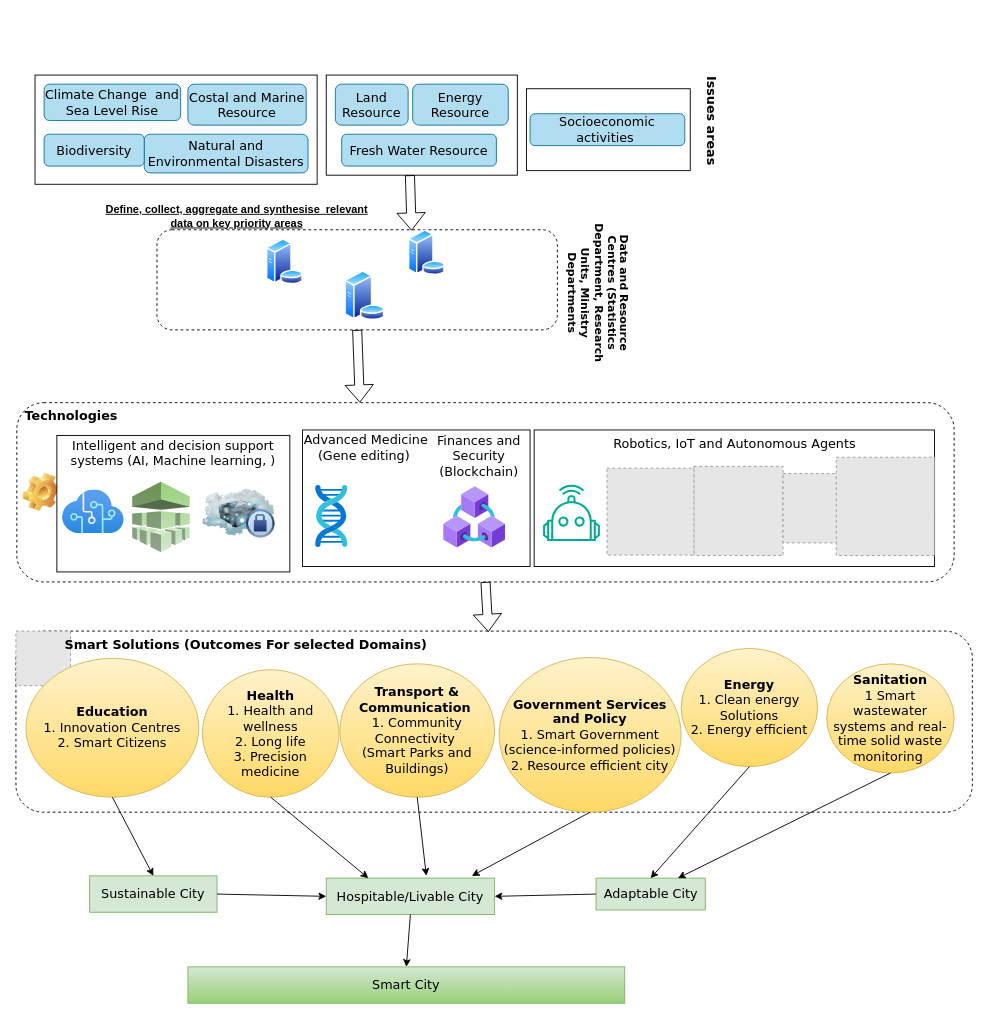
Before: page "BarbudaSmart" (2 of 2) of SystemReasoningOverview.drawio in Kibolabs/Diagrams, a draw.io diagram. Source tidied: cells renumbered, new cells numbered last; positions are measured from the earlier drawing's top-left corner, leaving out a move shared by most shapes. Both pictures are drawn from the tidied source at 91%, with x=0, y=0 at pixel (15, 75). Pictures stored in the file or linked from it are replaced by grey dashed boxes.
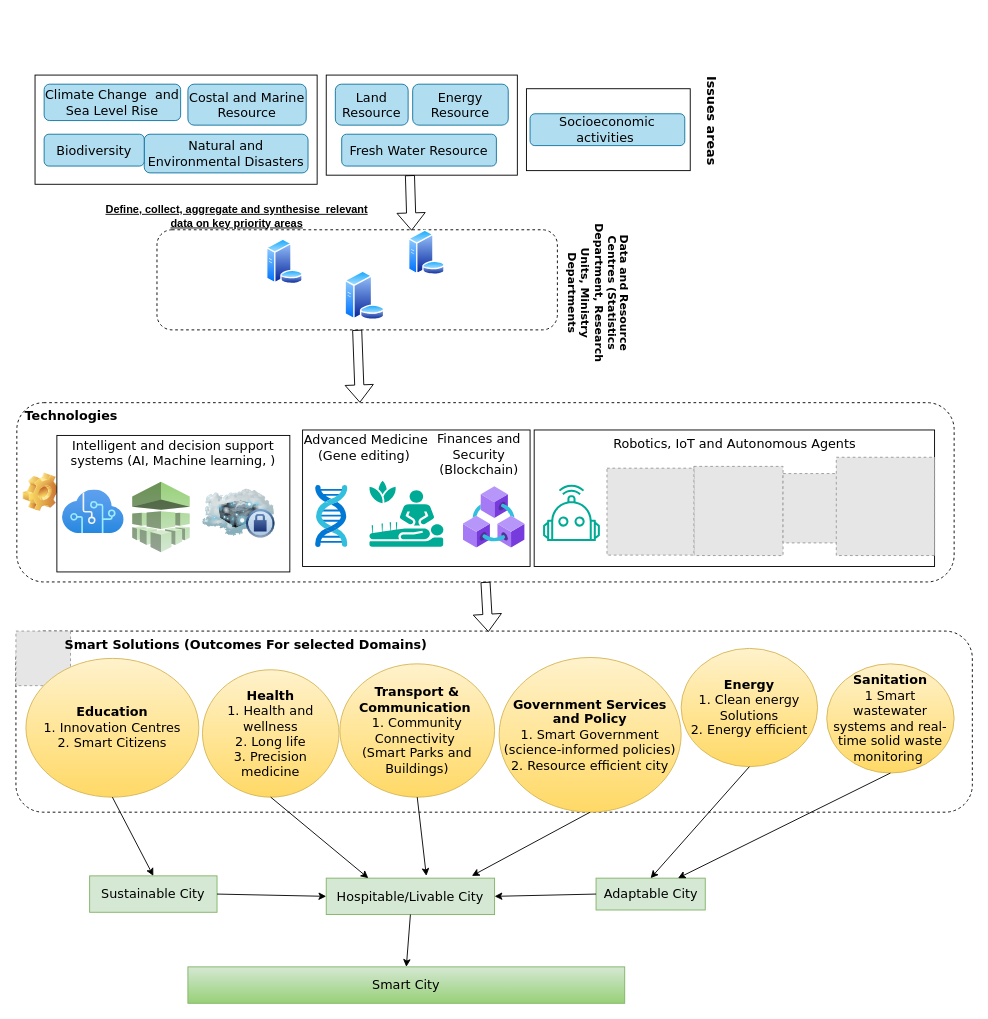
After the change.

Diff of the diagram source:
```diff
@@
     <mxCell id="28" style="html=1;align=center;image;fontSize=14;image=img/lib/azure2/blockchain/Azure_Blockchain_Service.svg;fontFamily=Verdana;" parent="1" vertex="1">
-      <mxGeometry x="470" y="452" width="68" height="68" as="geometry" />
+      <mxGeometry x="491.5" y="452" width="68" height="68" as="geometry" />
     </mxCell>
@@
     <mxCell id="37" value="Finances and Security (Blockchain)" style="text;html=1;align=center;verticalAlign=middle;whiteSpace=wrap;rounded=0;fontFamily=Verdana;fontSize=14;" parent="1" vertex="1">
-      <mxGeometry x="447.5" y="404" width="122" height="30" as="geometry" />
+      <mxGeometry x="447.5" y="402" width="122" height="30" as="geometry" />
     </mxCell>
@@
+    <mxCell id="64" style="shape=mxgraph.signs.healthcare.alternative_medicine;html=1;fillColor=#00AB96;strokeColor=none;verticalLabelPosition=bottom;verticalAlign=top;align=center;" parent="1" vertex="1">
+      <mxGeometry x="388.2" y="445.8" width="81.5" height="72.5" as="geometry" />
+    </mxCell>
```
